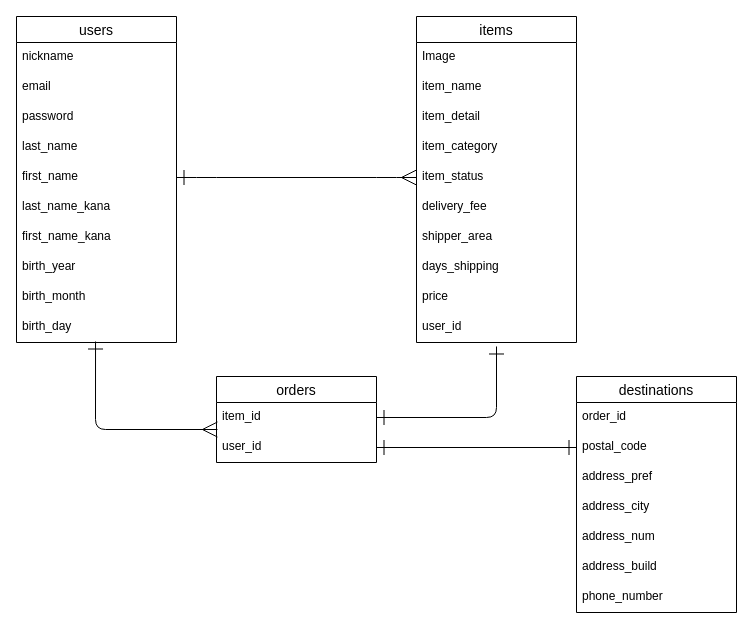
Above: test.dio in tomo-kmr/furima-31121 (draw.io), before the change. Source tidied: cells renumbered, new cells numbered last; positions are measured from the earlier drawing's top-left corner, leaving out a move shared by most shapes. Both pictures are drawn from the tidied source at 100%, with x=0, y=0 at pixel (16, 16).
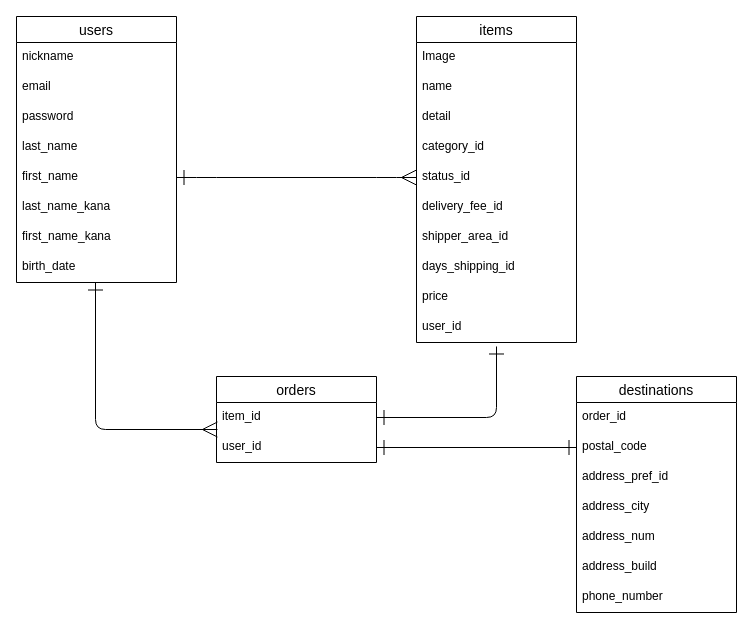
The same diagram, later.

Commit message (it also covers changes not shown here):
DB_指摘事項_修正1回目

The change refers to these unchanged cells:
```xml
<mxCell id="13" value="items" style="swimlane;fontStyle=0;horizontal=1;startSize=26;align=center;fontSize=14;" parent="1" vertex="1">
  <mxGeometry x="400" width="160" height="326" as="geometry" />
</mxCell>
<mxCell id="26" value="user_id&#10;" style="text;strokeColor=none;fillColor=none;spacingLeft=4;spacingRight=4;overflow=hidden;points=[[0,0.5],[1,0.5]];portConstraint=eastwest;fontSize=12;" parent="24" vertex="1">
  <mxGeometry y="56" width="160" height="30" as="geometry" />
</mxCell>
<mxCell id="31" value="destinations" style="swimlane;fontStyle=0;horizontal=1;startSize=26;align=center;fontSize=14;" parent="1" vertex="1">
  <mxGeometry x="560" y="360" width="160" height="236" as="geometry" />
</mxCell>
```

The edit, as a diff of the source:
```diff
@@
     <mxCell id="2" value="users" style="swimlane;fontStyle=0;horizontal=1;startSize=26;align=center;fontSize=14;" parent="1" vertex="1">
-      <mxGeometry width="160" height="326" as="geometry" />
+      <mxGeometry width="160" height="266" as="geometry" />
     </mxCell>
@@
-    <mxCell id="10" value="birth_year" style="text;strokeColor=none;fillColor=none;spacingLeft=4;spacingRight=4;overflow=hidden;points=[[0,0.5],[1,0.5]];portConstraint=eastwest;fontSize=12;" parent="2" vertex="1">
+    <mxCell id="10" value="birth_date" style="text;strokeColor=none;fillColor=none;spacingLeft=4;spacingRight=4;overflow=hidden;points=[[0,0.5],[1,0.5]];portConstraint=eastwest;fontSize=12;" parent="2" vertex="1">
       <mxGeometry y="236" width="160" height="30" as="geometry" />
     </mxCell>
-    <mxCell id="11" value="birth_month" style="text;strokeColor=none;fillColor=none;spacingLeft=4;spacingRight=4;overflow=hidden;fontSize=12;" parent="2" vertex="1">
-      <mxGeometry y="266" width="160" height="30" as="geometry" />
-    </mxCell>
-    <mxCell id="12" value="birth_day" style="text;strokeColor=none;fillColor=none;spacingLeft=4;spacingRight=4;overflow=hidden;points=[[0,0.5],[1,0.5]];portConstraint=eastwest;fontSize=12;" parent="2" vertex="1">
-      <mxGeometry y="296" width="160" height="30" as="geometry" />
-    </mxCell>
@@
-    <mxCell id="15" value="item_name" style="text;strokeColor=none;fillColor=none;spacingLeft=4;spacingRight=4;overflow=hidden;fontSize=12;" parent="13" vertex="1">
+    <mxCell id="15" value="name" style="text;strokeColor=none;fillColor=none;spacingLeft=4;spacingRight=4;overflow=hidden;fontSize=12;" parent="13" vertex="1">
       <mxGeometry y="56" width="160" height="30" as="geometry" />
     </mxCell>
-    <mxCell id="16" value="item_detail" style="text;strokeColor=none;fillColor=none;spacingLeft=4;spacingRight=4;overflow=hidden;fontSize=12;" parent="13" vertex="1">
+    <mxCell id="16" value="detail" style="text;strokeColor=none;fillColor=none;spacingLeft=4;spacingRight=4;overflow=hidden;fontSize=12;" parent="13" vertex="1">
       <mxGeometry y="86" width="160" height="30" as="geometry" />
     </mxCell>
-    <mxCell id="17" value="item_category" style="text;strokeColor=none;fillColor=none;spacingLeft=4;spacingRight=4;overflow=hidden;fontSize=12;" parent="13" vertex="1">
+    <mxCell id="17" value="category_id" style="text;strokeColor=none;fillColor=none;spacingLeft=4;spacingRight=4;overflow=hidden;fontSize=12;" parent="13" vertex="1">
       <mxGeometry y="116" width="160" height="30" as="geometry" />
     </mxCell>
-    <mxCell id="18" value="item_status" style="text;strokeColor=none;fillColor=none;spacingLeft=4;spacingRight=4;overflow=hidden;points=[[0,0.5],[1,0.5]];portConstraint=eastwest;fontSize=12;" parent="13" vertex="1">
+    <mxCell id="18" value="status_id" style="text;strokeColor=none;fillColor=none;spacingLeft=4;spacingRight=4;overflow=hidden;points=[[0,0.5],[1,0.5]];portConstraint=eastwest;fontSize=12;" parent="13" vertex="1">
       <mxGeometry y="146" width="160" height="30" as="geometry" />
     </mxCell>
-    <mxCell id="19" value="delivery_fee" style="text;strokeColor=none;fillColor=none;spacingLeft=4;spacingRight=4;overflow=hidden;fontSize=12;" parent="13" vertex="1">
+    <mxCell id="19" value="delivery_fee_id" style="text;strokeColor=none;fillColor=none;spacingLeft=4;spacingRight=4;overflow=hidden;fontSize=12;" parent="13" vertex="1">
       <mxGeometry y="176" width="160" height="30" as="geometry" />
     </mxCell>
-    <mxCell id="20" value="shipper_area" style="text;strokeColor=none;fillColor=none;spacingLeft=4;spacingRight=4;overflow=hidden;fontSize=12;" parent="13" vertex="1">
+    <mxCell id="20" value="shipper_area_id" style="text;strokeColor=none;fillColor=none;spacingLeft=4;spacingRight=4;overflow=hidden;fontSize=12;" parent="13" vertex="1">
       <mxGeometry y="206" width="160" height="30" as="geometry" />
     </mxCell>
-    <mxCell id="21" value="days_shipping" style="text;strokeColor=none;fillColor=none;spacingLeft=4;spacingRight=4;overflow=hidden;fontSize=12;" parent="13" vertex="1">
+    <mxCell id="21" value="days_shipping_id" style="text;strokeColor=none;fillColor=none;spacingLeft=4;spacingRight=4;overflow=hidden;fontSize=12;" parent="13" vertex="1">
       <mxGeometry y="236" width="160" height="30" as="geometry" />
     </mxCell>
@@
-    <mxCell id="28" style="edgeStyle=orthogonalEdgeStyle;fontSize=12;html=1;endArrow=ERmany;exitX=0.494;exitY=0.967;exitDx=0;exitDy=0;endSize=13;exitPerimeter=0;startArrow=ERone;startFill=0;startSize=13;entryX=0.006;entryY=-0.1;entryDx=0;entryDy=0;entryPerimeter=0;" parent="1" edge="1" source="12" target="26">
+    <mxCell id="28" style="edgeStyle=orthogonalEdgeStyle;fontSize=12;html=1;endArrow=ERmany;endSize=13;startArrow=ERone;startFill=0;startSize=13;entryX=0.006;entryY=-0.1;entryDx=0;entryDy=0;entryPerimeter=0;" parent="1" edge="1" source="10" target="26">
       <mxGeometry relative="1" as="geometry">
         <Array as="points">
           <mxPoint x="79" y="413" />
         </Array>
       </mxGeometry>
     </mxCell>
@@
-    <mxCell id="34" value="address_pref" style="text;strokeColor=none;fillColor=none;spacingLeft=4;spacingRight=4;overflow=hidden;fontSize=12;" parent="31" vertex="1">
+    <mxCell id="34" value="address_pref_id" style="text;strokeColor=none;fillColor=none;spacingLeft=4;spacingRight=4;overflow=hidden;fontSize=12;" parent="31" vertex="1">
       <mxGeometry y="86" width="160" height="30" as="geometry" />
     </mxCell>
```
